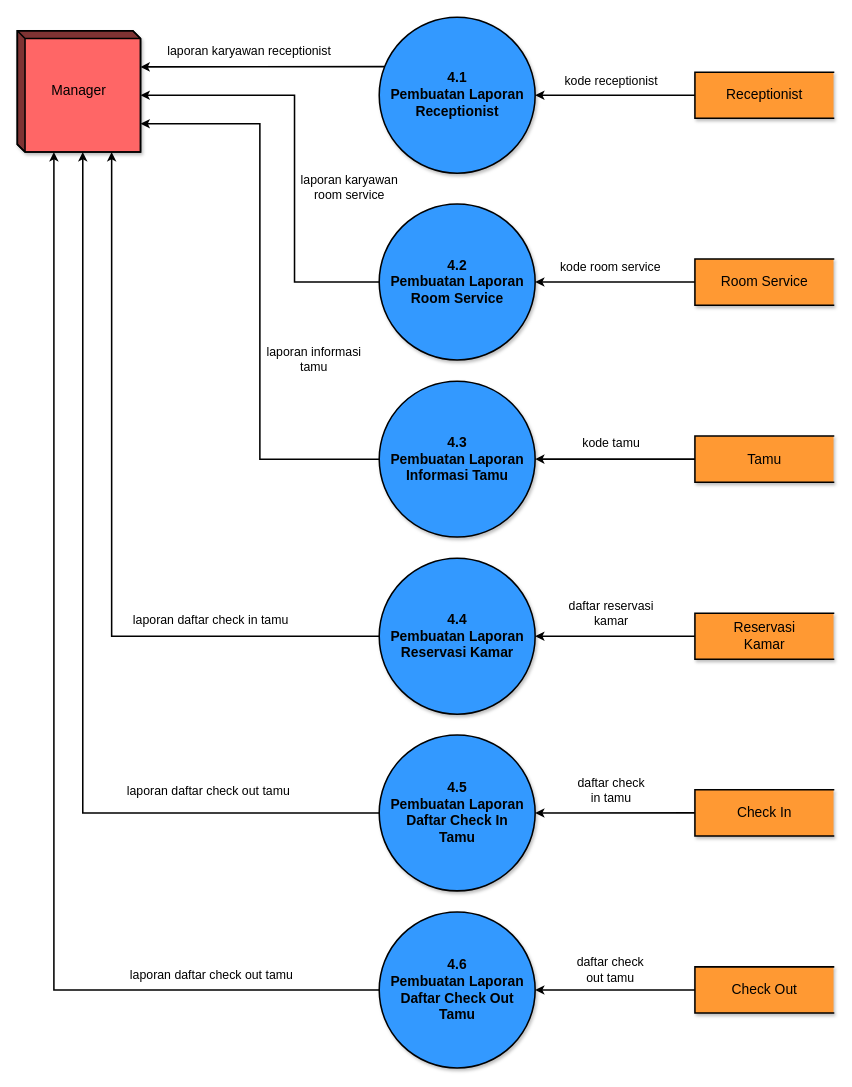
This is page "DFD LVL 2 Process 4 - Pembuatan Laporan - NEW" (7 of 12) of Sistem Pemesanan Kamar Hotel - Data Flow Diagram.drawio from trueazp/System-Design-Analysis, a draw.io file, before an edit. Source tidied: cells renumbered, new cells numbered last; positions are measured from the earlier drawing's top-left corner, leaving out a move shared by most shapes. Both pictures are drawn from the tidied source at 77%, with x=0, y=0 at pixel (17, 17).
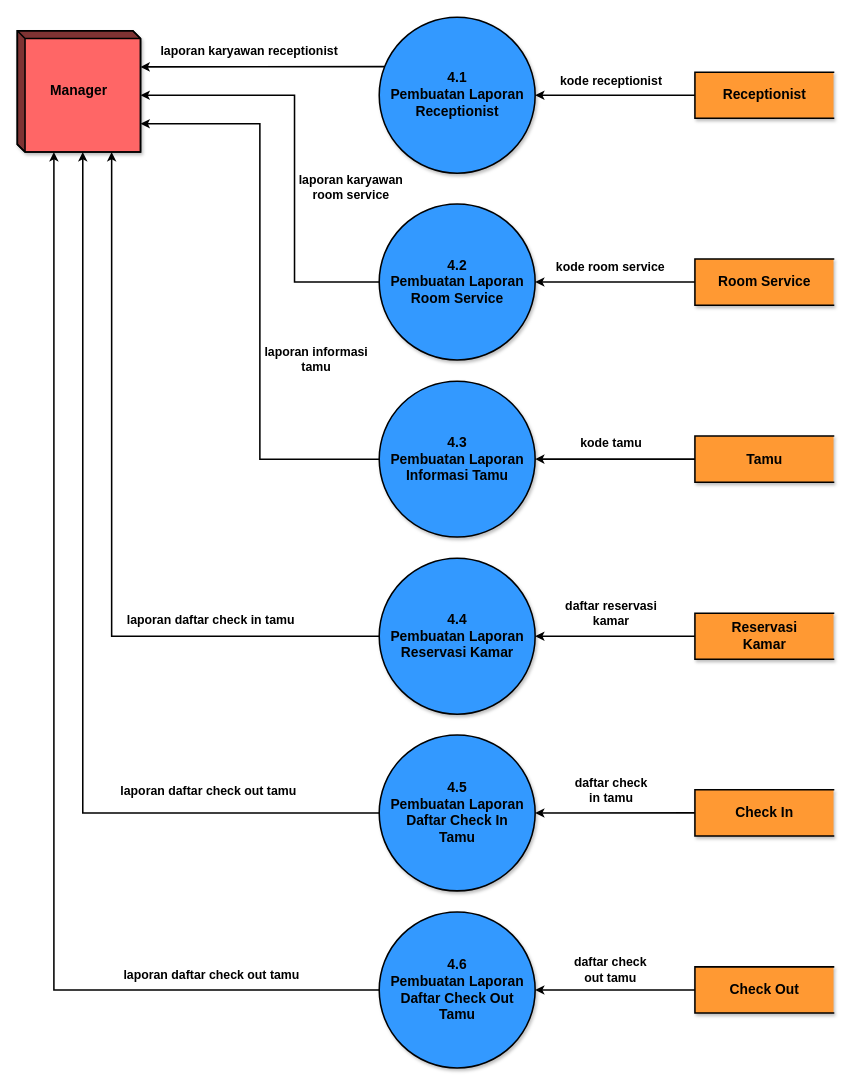
After the change.

Unchanged cells that the change refers to:
```xml
<mxCell id="4" value="4.1&lt;br style=&quot;font-size: 18px&quot;&gt;&lt;div&gt;Pembuatan Laporan&lt;/div&gt;&lt;div&gt;Receptionist&lt;br&gt;&lt;/div&gt;" style="shape=ellipse;html=1;dashed=0;whitespace=wrap;perimeter=ellipsePerimeter;shadow=1;labelBackgroundColor=none;fontFamily=Helvetica;fontSize=18;strokeWidth=2;fillColor=#3399FF;align=center;fontStyle=1;" parent="1" vertex="1">
  <mxGeometry x="470" width="202.5" height="202.5" as="geometry" />
</mxCell>
<mxCell id="7" value="4.4&lt;br style=&quot;font-size: 18px&quot;&gt;&lt;div&gt;Pembuatan Laporan&lt;/div&gt;&lt;div&gt;Reservasi Kamar&lt;br&gt;&lt;/div&gt;" style="shape=ellipse;html=1;dashed=0;whitespace=wrap;perimeter=ellipsePerimeter;shadow=1;labelBackgroundColor=none;fontFamily=Helvetica;fontSize=18;strokeWidth=2;fillColor=#3399FF;align=center;fontStyle=1;" parent="1" vertex="1">
  <mxGeometry x="470" y="702.5" width="202.5" height="202.5" as="geometry" />
</mxCell>
<mxCell id="10" value="4.3&lt;br style=&quot;font-size: 18px&quot;&gt;&lt;div&gt;Pembuatan Laporan&lt;/div&gt;&lt;div&gt;Informasi Tamu&lt;br&gt;&lt;/div&gt;" style="shape=ellipse;html=1;dashed=0;whitespace=wrap;perimeter=ellipsePerimeter;shadow=1;labelBackgroundColor=none;fontFamily=Helvetica;fontSize=18;strokeWidth=2;fillColor=#3399FF;align=center;fontStyle=1;" parent="1" vertex="1">
  <mxGeometry x="470" y="472.5" width="202.5" height="202.5" as="geometry" />
</mxCell>
<mxCell id="13" value="4.2&lt;br style=&quot;font-size: 18px&quot;&gt;&lt;div&gt;Pembuatan Laporan&lt;/div&gt;&lt;div&gt;Room Service&lt;br&gt;&lt;/div&gt;" style="shape=ellipse;html=1;dashed=0;whitespace=wrap;perimeter=ellipsePerimeter;shadow=1;labelBackgroundColor=none;fontFamily=Helvetica;fontSize=18;strokeWidth=2;fillColor=#3399FF;align=center;fontStyle=1;" parent="1" vertex="1">
  <mxGeometry x="470" y="242.5" width="202.5" height="202.5" as="geometry" />
</mxCell>
<mxCell id="16" value="4.6&lt;br style=&quot;font-size: 18px&quot;&gt;&lt;div&gt;Pembuatan Laporan&lt;/div&gt;&lt;div&gt;Daftar Check Out &lt;br&gt;&lt;/div&gt;&lt;div&gt;Tamu&lt;br&gt;&lt;/div&gt;" style="shape=ellipse;html=1;dashed=0;whitespace=wrap;perimeter=ellipsePerimeter;shadow=1;labelBackgroundColor=none;fontFamily=Helvetica;fontSize=18;strokeWidth=2;fillColor=#3399FF;align=center;fontStyle=1;" parent="1" vertex="1">
  <mxGeometry x="470" y="1162" width="202.5" height="202.5" as="geometry" />
</mxCell>
<mxCell id="19" value="4.5&lt;br style=&quot;font-size: 18px&quot;&gt;&lt;div&gt;Pembuatan Laporan&lt;/div&gt;&lt;div&gt;Daftar Check In&lt;br&gt;&lt;/div&gt;&lt;div&gt;Tamu&lt;br&gt;&lt;/div&gt;" style="shape=ellipse;html=1;dashed=0;whitespace=wrap;perimeter=ellipsePerimeter;shadow=1;labelBackgroundColor=none;fontFamily=Helvetica;fontSize=18;strokeWidth=2;fillColor=#3399FF;align=center;fontStyle=1;" parent="1" vertex="1">
  <mxGeometry x="470" y="932" width="202.5" height="202.5" as="geometry" />
</mxCell>
```

Change to the diagram source:
```diff
@@
-    <mxCell id="2" style="edgeStyle=orthogonalEdgeStyle;rounded=0;jumpStyle=arc;jettySize=auto;html=1;entryX=0;entryY=0;entryDx=160;entryDy=46.875;entryPerimeter=0;labelBackgroundColor=none;fontSize=14;startArrow=none;startFill=0;endArrow=classic;endFill=1;strokeWidth=2;" parent="1" edge="1" source="4" target="38">
+    <mxCell id="2" style="edgeStyle=orthogonalEdgeStyle;rounded=0;jumpStyle=arc;jettySize=auto;html=1;entryX=0;entryY=0;entryDx=160;entryDy=46.875;entryPerimeter=0;labelBackgroundColor=none;fontSize=14;startArrow=none;startFill=0;endArrow=classic;endFill=1;strokeWidth=2;fontStyle=1;" parent="1" edge="1" source="4" target="38">
       <mxGeometry relative="1" as="geometry">
         <Array as="points">
           <mxPoint x="390" y="64" />
           <mxPoint x="390" y="64" />
         </Array>
       </mxGeometry>
     </mxCell>
-    <mxCell id="3" value="laporan karyawan receptionist" style="edgeLabel;html=1;align=center;verticalAlign=middle;fontSize=16;labelBackgroundColor=none;" parent="2" vertex="1">
+    <mxCell id="3" value="laporan karyawan receptionist" style="edgeLabel;html=1;align=center;verticalAlign=middle;fontSize=16;labelBackgroundColor=none;fontStyle=1;" parent="2" vertex="1">
       <mxGeometry x="0.18" y="-2" relative="1" as="geometry">
         <mxPoint x="10" y="-20" as="offset" />
       </mxGeometry>
     </mxCell>
@@
-    <mxCell id="5" style="edgeStyle=orthogonalEdgeStyle;rounded=0;jumpStyle=arc;jettySize=auto;html=1;entryX=0;entryY=0;entryDx=122.5;entryDy=157.5;entryPerimeter=0;labelBackgroundColor=none;fontSize=14;startArrow=none;startFill=0;endArrow=classic;endFill=1;strokeWidth=2;" parent="1" edge="1" source="7" target="38">
+    <mxCell id="5" style="edgeStyle=orthogonalEdgeStyle;rounded=0;jumpStyle=arc;jettySize=auto;html=1;entryX=0;entryY=0;entryDx=122.5;entryDy=157.5;entryPerimeter=0;labelBackgroundColor=none;fontSize=14;startArrow=none;startFill=0;endArrow=classic;endFill=1;strokeWidth=2;fontStyle=1;" parent="1" edge="1" source="7" target="38">
       <mxGeometry relative="1" as="geometry" />
     </mxCell>
-    <mxCell id="6" value="laporan daftar check in tamu" style="edgeLabel;html=1;align=center;verticalAlign=middle;fontSize=16;labelBackgroundColor=none;" parent="5" vertex="1">
+    <mxCell id="6" value="laporan daftar check in tamu" style="edgeLabel;html=1;align=center;verticalAlign=middle;fontSize=16;labelBackgroundColor=none;fontStyle=1;" parent="5" vertex="1">
       <mxGeometry x="-0.55" y="1" relative="1" as="geometry">
         <mxPoint y="-23" as="offset" />
       </mxGeometry>
     </mxCell>
@@
-    <mxCell id="8" style="edgeStyle=orthogonalEdgeStyle;rounded=0;jumpStyle=arc;jettySize=auto;html=1;entryX=0;entryY=0;entryDx=160;entryDy=120.625;entryPerimeter=0;labelBackgroundColor=none;fontSize=14;startArrow=none;startFill=0;endArrow=classic;endFill=1;strokeWidth=2;" parent="1" edge="1" source="10" target="38">
+    <mxCell id="8" style="edgeStyle=orthogonalEdgeStyle;rounded=0;jumpStyle=arc;jettySize=auto;html=1;entryX=0;entryY=0;entryDx=160;entryDy=120.625;entryPerimeter=0;labelBackgroundColor=none;fontSize=14;startArrow=none;startFill=0;endArrow=classic;endFill=1;strokeWidth=2;fontStyle=1;" parent="1" edge="1" source="10" target="38">
       <mxGeometry relative="1" as="geometry" />
     </mxCell>
-    <mxCell id="9" value="&lt;div&gt;laporan informasi &lt;br&gt;&lt;/div&gt;&lt;div&gt;tamu&lt;br&gt;&lt;/div&gt;" style="edgeLabel;html=1;align=center;verticalAlign=middle;fontSize=16;labelBackgroundColor=none;" parent="8" vertex="1">
+    <mxCell id="9" value="&lt;div&gt;laporan informasi &lt;br&gt;&lt;/div&gt;&lt;div&gt;tamu&lt;br&gt;&lt;/div&gt;" style="edgeLabel;html=1;align=center;verticalAlign=middle;fontSize=16;labelBackgroundColor=none;fontStyle=1;" parent="8" vertex="1">
       <mxGeometry x="-0.2" relative="1" as="geometry">
-        <mxPoint x="69" y="13" as="offset" />
+        <mxPoint x="72" y="13" as="offset" />
       </mxGeometry>
     </mxCell>
@@
-    <mxCell id="11" style="edgeStyle=orthogonalEdgeStyle;rounded=0;jumpStyle=arc;jettySize=auto;html=1;entryX=0;entryY=0;entryDx=160;entryDy=83.75;entryPerimeter=0;labelBackgroundColor=none;fontSize=14;startArrow=none;startFill=0;endArrow=classic;endFill=1;strokeWidth=2;" parent="1" edge="1" source="13" target="38">
+    <mxCell id="11" style="edgeStyle=orthogonalEdgeStyle;rounded=0;jumpStyle=arc;jettySize=auto;html=1;entryX=0;entryY=0;entryDx=160;entryDy=83.75;entryPerimeter=0;labelBackgroundColor=none;fontSize=14;startArrow=none;startFill=0;endArrow=classic;endFill=1;strokeWidth=2;fontStyle=1;" parent="1" edge="1" source="13" target="38">
       <mxGeometry relative="1" as="geometry">
         <Array as="points">
           <mxPoint x="360" y="344" />
           <mxPoint x="360" y="101" />
         </Array>
       </mxGeometry>
     </mxCell>
-    <mxCell id="12" value="&lt;div style=&quot;font-size: 16px;&quot;&gt;laporan karyawan &lt;br style=&quot;font-size: 16px;&quot;&gt;&lt;/div&gt;&lt;div style=&quot;font-size: 16px;&quot;&gt;room service&lt;/div&gt;" style="edgeLabel;html=1;align=center;verticalAlign=middle;fontSize=16;labelBackgroundColor=none;" parent="11" vertex="1">
+    <mxCell id="12" value="&lt;div style=&quot;font-size: 16px;&quot;&gt;laporan karyawan &lt;br style=&quot;font-size: 16px;&quot;&gt;&lt;/div&gt;&lt;div style=&quot;font-size: 16px;&quot;&gt;room service&lt;/div&gt;" style="edgeLabel;html=1;align=center;verticalAlign=middle;fontSize=16;labelBackgroundColor=none;fontStyle=1;" parent="11" vertex="1">
       <mxGeometry x="-0.09" y="-2" relative="1" as="geometry">
-        <mxPoint x="68" y="18" as="offset" />
+        <mxPoint x="70" y="18" as="offset" />
       </mxGeometry>
     </mxCell>
@@
-    <mxCell id="14" style="edgeStyle=orthogonalEdgeStyle;rounded=0;jumpStyle=arc;jettySize=auto;html=1;entryX=0;entryY=0;entryDx=47.5;entryDy=157.5;entryPerimeter=0;labelBackgroundColor=none;fontSize=14;startArrow=none;startFill=0;endArrow=classic;endFill=1;strokeWidth=2;" parent="1" edge="1" source="16" target="38">
+    <mxCell id="14" style="edgeStyle=orthogonalEdgeStyle;rounded=0;jumpStyle=arc;jettySize=auto;html=1;entryX=0;entryY=0;entryDx=47.5;entryDy=157.5;entryPerimeter=0;labelBackgroundColor=none;fontSize=14;startArrow=none;startFill=0;endArrow=classic;endFill=1;strokeWidth=2;fontStyle=1;" parent="1" edge="1" source="16" target="38">
       <mxGeometry relative="1" as="geometry" />
     </mxCell>
-    <mxCell id="15" value="laporan daftar check out tamu" style="edgeLabel;html=1;align=center;verticalAlign=middle;fontSize=16;labelBackgroundColor=none;" parent="14" vertex="1">
+    <mxCell id="15" value="laporan daftar check out tamu" style="edgeLabel;html=1;align=center;verticalAlign=middle;fontSize=16;labelBackgroundColor=none;fontStyle=1;" parent="14" vertex="1">
       <mxGeometry x="-0.69" y="2" relative="1" as="geometry">
         <mxPoint x="15" y="-23" as="offset" />
       </mxGeometry>
     </mxCell>
@@
-    <mxCell id="17" style="edgeStyle=orthogonalEdgeStyle;rounded=0;jumpStyle=arc;jettySize=auto;html=1;entryX=0;entryY=0;entryDx=85;entryDy=157.5;entryPerimeter=0;labelBackgroundColor=none;fontSize=14;startArrow=none;startFill=0;endArrow=classic;endFill=1;strokeWidth=2;" parent="1" edge="1" source="19" target="38">
+    <mxCell id="17" style="edgeStyle=orthogonalEdgeStyle;rounded=0;jumpStyle=arc;jettySize=auto;html=1;entryX=0;entryY=0;entryDx=85;entryDy=157.5;entryPerimeter=0;labelBackgroundColor=none;fontSize=14;startArrow=none;startFill=0;endArrow=classic;endFill=1;strokeWidth=2;fontStyle=1;" parent="1" edge="1" source="19" target="38">
       <mxGeometry relative="1" as="geometry" />
     </mxCell>
-    <mxCell id="18" value="laporan daftar check out tamu" style="edgeLabel;html=1;align=center;verticalAlign=middle;fontSize=16;labelBackgroundColor=none;" parent="17" vertex="1">
+    <mxCell id="18" value="laporan daftar check out tamu" style="edgeLabel;html=1;align=center;verticalAlign=middle;fontSize=16;labelBackgroundColor=none;fontStyle=1;" parent="17" vertex="1">
       <mxGeometry x="-0.65" y="-5" relative="1" as="geometry">
         <mxPoint x="-5" y="-25" as="offset" />
       </mxGeometry>
     </mxCell>
@@
-    <mxCell id="20" style="edgeStyle=orthogonalEdgeStyle;rounded=0;jumpStyle=arc;jettySize=auto;html=1;exitX=0;exitY=0.5;exitDx=0;exitDy=0;entryX=1;entryY=0.5;entryDx=0;entryDy=0;labelBackgroundColor=none;fontSize=14;startArrow=none;startFill=0;endArrow=classic;endFill=1;strokeWidth=2;" parent="1" edge="1" source="22" target="4">
+    <mxCell id="20" style="edgeStyle=orthogonalEdgeStyle;rounded=0;jumpStyle=arc;jettySize=auto;html=1;exitX=0;exitY=0.5;exitDx=0;exitDy=0;entryX=1;entryY=0.5;entryDx=0;entryDy=0;labelBackgroundColor=none;fontSize=14;startArrow=none;startFill=0;endArrow=classic;endFill=1;strokeWidth=2;fontStyle=1;" parent="1" edge="1" source="22" target="4">
       <mxGeometry relative="1" as="geometry" />
     </mxCell>
-    <mxCell id="21" value="kode receptionist" style="edgeLabel;html=1;align=center;verticalAlign=middle;fontSize=16;labelBackgroundColor=none;" parent="20" vertex="1">
+    <mxCell id="21" value="kode receptionist" style="edgeLabel;html=1;align=center;verticalAlign=middle;fontSize=16;labelBackgroundColor=none;fontStyle=1;" parent="20" vertex="1">
       <mxGeometry x="0.25" y="2" relative="1" as="geometry">
         <mxPoint x="20" y="-21" as="offset" />
       </mxGeometry>
     </mxCell>
-    <mxCell id="22" value="Receptionist" style="html=1;dashed=0;whitespace=wrap;shape=partialRectangle;right=0;shadow=1;labelBackgroundColor=none;fontFamily=Helvetica;fontSize=18;strokeWidth=2;fillColor=#FF9933;align=center;" parent="1" vertex="1">
+    <mxCell id="22" value="Receptionist" style="html=1;dashed=0;whitespace=wrap;shape=partialRectangle;right=0;shadow=1;labelBackgroundColor=none;fontFamily=Helvetica;fontSize=18;strokeWidth=2;fillColor=#FF9933;align=center;fontStyle=1;" parent="1" vertex="1">
       <mxGeometry x="880" y="71.2" width="180" height="60" as="geometry" />
     </mxCell>
-    <mxCell id="23" style="edgeStyle=orthogonalEdgeStyle;rounded=0;jumpStyle=arc;jettySize=auto;html=1;entryX=1;entryY=0.5;entryDx=0;entryDy=0;labelBackgroundColor=none;fontSize=14;startArrow=none;startFill=0;endArrow=classic;endFill=1;strokeWidth=2;" parent="1" edge="1" source="25" target="13">
+    <mxCell id="23" style="edgeStyle=orthogonalEdgeStyle;rounded=0;jumpStyle=arc;jettySize=auto;html=1;entryX=1;entryY=0.5;entryDx=0;entryDy=0;labelBackgroundColor=none;fontSize=14;startArrow=none;startFill=0;endArrow=classic;endFill=1;strokeWidth=2;fontStyle=1;" parent="1" edge="1" source="25" target="13">
       <mxGeometry relative="1" as="geometry" />
     </mxCell>
-    <mxCell id="24" value="kode room service" style="edgeLabel;html=1;align=center;verticalAlign=middle;fontSize=16;labelBackgroundColor=none;" parent="23" vertex="1">
+    <mxCell id="24" value="kode room service" style="edgeLabel;html=1;align=center;verticalAlign=middle;fontSize=16;labelBackgroundColor=none;fontStyle=1;" parent="23" vertex="1">
       <mxGeometry x="0.24" y="1" relative="1" as="geometry">
         <mxPoint x="18" y="-21" as="offset" />
       </mxGeometry>
     </mxCell>
-    <mxCell id="25" value="Room Service" style="html=1;dashed=0;whitespace=wrap;shape=partialRectangle;right=0;shadow=1;labelBackgroundColor=none;fontFamily=Helvetica;fontSize=18;strokeWidth=2;fillColor=#FF9933;align=center;" parent="1" vertex="1">
+    <mxCell id="25" value="Room Service" style="html=1;dashed=0;whitespace=wrap;shape=partialRectangle;right=0;shadow=1;labelBackgroundColor=none;fontFamily=Helvetica;fontSize=18;strokeWidth=2;fillColor=#FF9933;align=center;fontStyle=1;" parent="1" vertex="1">
       <mxGeometry x="880" y="313.8" width="180" height="60" as="geometry" />
     </mxCell>
-    <mxCell id="26" style="edgeStyle=orthogonalEdgeStyle;rounded=0;jumpStyle=arc;jettySize=auto;html=1;entryX=1;entryY=0.5;entryDx=0;entryDy=0;labelBackgroundColor=none;fontSize=14;startArrow=none;startFill=0;endArrow=classic;endFill=1;strokeWidth=2;" parent="1" edge="1" source="28" target="10">
+    <mxCell id="26" style="edgeStyle=orthogonalEdgeStyle;rounded=0;jumpStyle=arc;jettySize=auto;html=1;entryX=1;entryY=0.5;entryDx=0;entryDy=0;labelBackgroundColor=none;fontSize=14;startArrow=none;startFill=0;endArrow=classic;endFill=1;strokeWidth=2;fontStyle=1;" parent="1" edge="1" source="28" target="10">
       <mxGeometry relative="1" as="geometry" />
     </mxCell>
-    <mxCell id="27" value="kode tamu" style="edgeLabel;html=1;align=center;verticalAlign=middle;fontSize=16;labelBackgroundColor=none;" parent="26" vertex="1">
+    <mxCell id="27" value="kode tamu" style="edgeLabel;html=1;align=center;verticalAlign=middle;fontSize=16;labelBackgroundColor=none;fontStyle=1;" parent="26" vertex="1">
       <mxGeometry x="0.27" y="8" relative="1" as="geometry">
         <mxPoint x="22" y="-30" as="offset" />
       </mxGeometry>
     </mxCell>
-    <mxCell id="28" value="Tamu" style="html=1;dashed=0;whitespace=wrap;shape=partialRectangle;right=0;shadow=1;labelBackgroundColor=none;fontFamily=Helvetica;fontSize=18;strokeWidth=2;fillColor=#FF9933;align=center;" parent="1" vertex="1">
+    <mxCell id="28" value="Tamu" style="html=1;dashed=0;whitespace=wrap;shape=partialRectangle;right=0;shadow=1;labelBackgroundColor=none;fontFamily=Helvetica;fontSize=18;strokeWidth=2;fillColor=#FF9933;align=center;fontStyle=1;" parent="1" vertex="1">
       <mxGeometry x="880" y="543.8" width="180" height="60" as="geometry" />
     </mxCell>
-    <mxCell id="29" style="edgeStyle=orthogonalEdgeStyle;rounded=0;jumpStyle=arc;jettySize=auto;html=1;entryX=1;entryY=0.5;entryDx=0;entryDy=0;labelBackgroundColor=none;fontSize=14;startArrow=none;startFill=0;endArrow=classic;endFill=1;strokeWidth=2;" parent="1" edge="1" source="31" target="7">
+    <mxCell id="29" style="edgeStyle=orthogonalEdgeStyle;rounded=0;jumpStyle=arc;jettySize=auto;html=1;entryX=1;entryY=0.5;entryDx=0;entryDy=0;labelBackgroundColor=none;fontSize=14;startArrow=none;startFill=0;endArrow=classic;endFill=1;strokeWidth=2;fontStyle=1;" parent="1" edge="1" source="31" target="7">
       <mxGeometry relative="1" as="geometry" />
     </mxCell>
-    <mxCell id="30" value="&lt;div&gt;daftar reservasi &lt;br&gt;&lt;/div&gt;&lt;div&gt;kamar&lt;/div&gt;" style="edgeLabel;html=1;align=center;verticalAlign=middle;fontSize=16;labelBackgroundColor=none;" parent="29" vertex="1">
+    <mxCell id="30" value="&lt;div&gt;daftar reservasi &lt;br&gt;&lt;/div&gt;&lt;div&gt;kamar&lt;/div&gt;" style="edgeLabel;html=1;align=center;verticalAlign=middle;fontSize=16;labelBackgroundColor=none;fontStyle=1;" parent="29" vertex="1">
       <mxGeometry x="0.25" y="-2" relative="1" as="geometry">
         <mxPoint x="20" y="-28" as="offset" />
       </mxGeometry>
     </mxCell>
-    <mxCell id="31" value="&lt;div&gt;Reservasi &lt;br&gt;&lt;/div&gt;&lt;div&gt;Kamar&lt;/div&gt;" style="html=1;dashed=0;whitespace=wrap;shape=partialRectangle;right=0;shadow=1;labelBackgroundColor=none;fontFamily=Helvetica;fontSize=18;strokeWidth=2;fillColor=#FF9933;align=center;" parent="1" vertex="1">
+    <mxCell id="31" value="&lt;div&gt;Reservasi &lt;br&gt;&lt;/div&gt;&lt;div&gt;Kamar&lt;/div&gt;" style="html=1;dashed=0;whitespace=wrap;shape=partialRectangle;right=0;shadow=1;labelBackgroundColor=none;fontFamily=Helvetica;fontSize=18;strokeWidth=2;fillColor=#FF9933;align=center;fontStyle=1;" parent="1" vertex="1">
       <mxGeometry x="880" y="773.8" width="180" height="60" as="geometry" />
     </mxCell>
-    <mxCell id="32" style="edgeStyle=orthogonalEdgeStyle;rounded=0;jumpStyle=arc;jettySize=auto;html=1;entryX=1;entryY=0.5;entryDx=0;entryDy=0;labelBackgroundColor=none;fontSize=14;startArrow=none;startFill=0;endArrow=classic;endFill=1;strokeWidth=2;" parent="1" edge="1" source="34" target="19">
+    <mxCell id="32" style="edgeStyle=orthogonalEdgeStyle;rounded=0;jumpStyle=arc;jettySize=auto;html=1;entryX=1;entryY=0.5;entryDx=0;entryDy=0;labelBackgroundColor=none;fontSize=14;startArrow=none;startFill=0;endArrow=classic;endFill=1;strokeWidth=2;fontStyle=1;" parent="1" edge="1" source="34" target="19">
       <mxGeometry relative="1" as="geometry" />
     </mxCell>
-    <mxCell id="33" value="&lt;div&gt;daftar check &lt;br&gt;&lt;/div&gt;&lt;div&gt;in tamu&lt;/div&gt;" style="edgeLabel;html=1;align=center;verticalAlign=middle;fontSize=16;labelBackgroundColor=none;" parent="32" vertex="1">
+    <mxCell id="33" value="&lt;div&gt;daftar check &lt;br&gt;&lt;/div&gt;&lt;div&gt;in tamu&lt;/div&gt;" style="edgeLabel;html=1;align=center;verticalAlign=middle;fontSize=16;labelBackgroundColor=none;fontStyle=1;" parent="32" vertex="1">
       <mxGeometry x="0.2" y="-2" relative="1" as="geometry">
         <mxPoint x="15" y="-28" as="offset" />
       </mxGeometry>
     </mxCell>
-    <mxCell id="34" value="Check In" style="html=1;dashed=0;whitespace=wrap;shape=partialRectangle;right=0;shadow=1;labelBackgroundColor=none;fontFamily=Helvetica;fontSize=18;strokeWidth=2;fillColor=#FF9933;align=center;" parent="1" vertex="1">
+    <mxCell id="34" value="Check In" style="html=1;dashed=0;whitespace=wrap;shape=partialRectangle;right=0;shadow=1;labelBackgroundColor=none;fontFamily=Helvetica;fontSize=18;strokeWidth=2;fillColor=#FF9933;align=center;fontStyle=1;" parent="1" vertex="1">
       <mxGeometry x="880" y="1003.2" width="180" height="60" as="geometry" />
     </mxCell>
-    <mxCell id="35" style="edgeStyle=orthogonalEdgeStyle;rounded=0;jumpStyle=arc;jettySize=auto;html=1;entryX=1;entryY=0.5;entryDx=0;entryDy=0;labelBackgroundColor=none;fontSize=14;startArrow=none;startFill=0;endArrow=classic;endFill=1;strokeWidth=2;" parent="1" edge="1" source="37" target="16">
+    <mxCell id="35" style="edgeStyle=orthogonalEdgeStyle;rounded=0;jumpStyle=arc;jettySize=auto;html=1;entryX=1;entryY=0.5;entryDx=0;entryDy=0;labelBackgroundColor=none;fontSize=14;startArrow=none;startFill=0;endArrow=classic;endFill=1;strokeWidth=2;fontStyle=1;" parent="1" edge="1" source="37" target="16">
       <mxGeometry relative="1" as="geometry" />
     </mxCell>
-    <mxCell id="36" value="&lt;div&gt;daftar check &lt;br&gt;&lt;/div&gt;&lt;div&gt;out tamu&lt;/div&gt;" style="edgeLabel;html=1;align=center;verticalAlign=middle;fontSize=16;labelBackgroundColor=none;" parent="35" vertex="1">
+    <mxCell id="36" value="&lt;div&gt;daftar check &lt;br&gt;&lt;/div&gt;&lt;div&gt;out tamu&lt;/div&gt;" style="edgeLabel;html=1;align=center;verticalAlign=middle;fontSize=16;labelBackgroundColor=none;fontStyle=1;" parent="35" vertex="1">
       <mxGeometry x="0.29" y="-5" relative="1" as="geometry">
         <mxPoint x="23" y="-22" as="offset" />
       </mxGeometry>
     </mxCell>
-    <mxCell id="37" value="Check Out" style="html=1;dashed=0;whitespace=wrap;shape=partialRectangle;right=0;shadow=1;labelBackgroundColor=none;fontFamily=Helvetica;fontSize=18;strokeWidth=2;fillColor=#FF9933;align=center;" parent="1" vertex="1">
+    <mxCell id="37" value="Check Out" style="html=1;dashed=0;whitespace=wrap;shape=partialRectangle;right=0;shadow=1;labelBackgroundColor=none;fontFamily=Helvetica;fontSize=18;strokeWidth=2;fillColor=#FF9933;align=center;fontStyle=1;" parent="1" vertex="1">
       <mxGeometry x="880" y="1233.2" width="180" height="60" as="geometry" />
     </mxCell>
-    <mxCell id="38" value="Manager" style="html=1;dashed=0;whitespace=wrap;shape=mxgraph.dfd.externalEntity;shadow=1;labelBackgroundColor=none;fontFamily=Helvetica;fontSize=18;strokeWidth=2;fillColor=#FF6666;align=center;whiteSpace=wrap;" parent="1" vertex="1">
+    <mxCell id="38" value="Manager" style="html=1;dashed=0;whitespace=wrap;shape=mxgraph.dfd.externalEntity;shadow=1;labelBackgroundColor=none;fontFamily=Helvetica;fontSize=18;strokeWidth=2;fillColor=#FF6666;align=center;whiteSpace=wrap;fontStyle=1;" parent="1" vertex="1">
       <mxGeometry y="17.5" width="160" height="157.5" as="geometry" />
     </mxCell>
```
